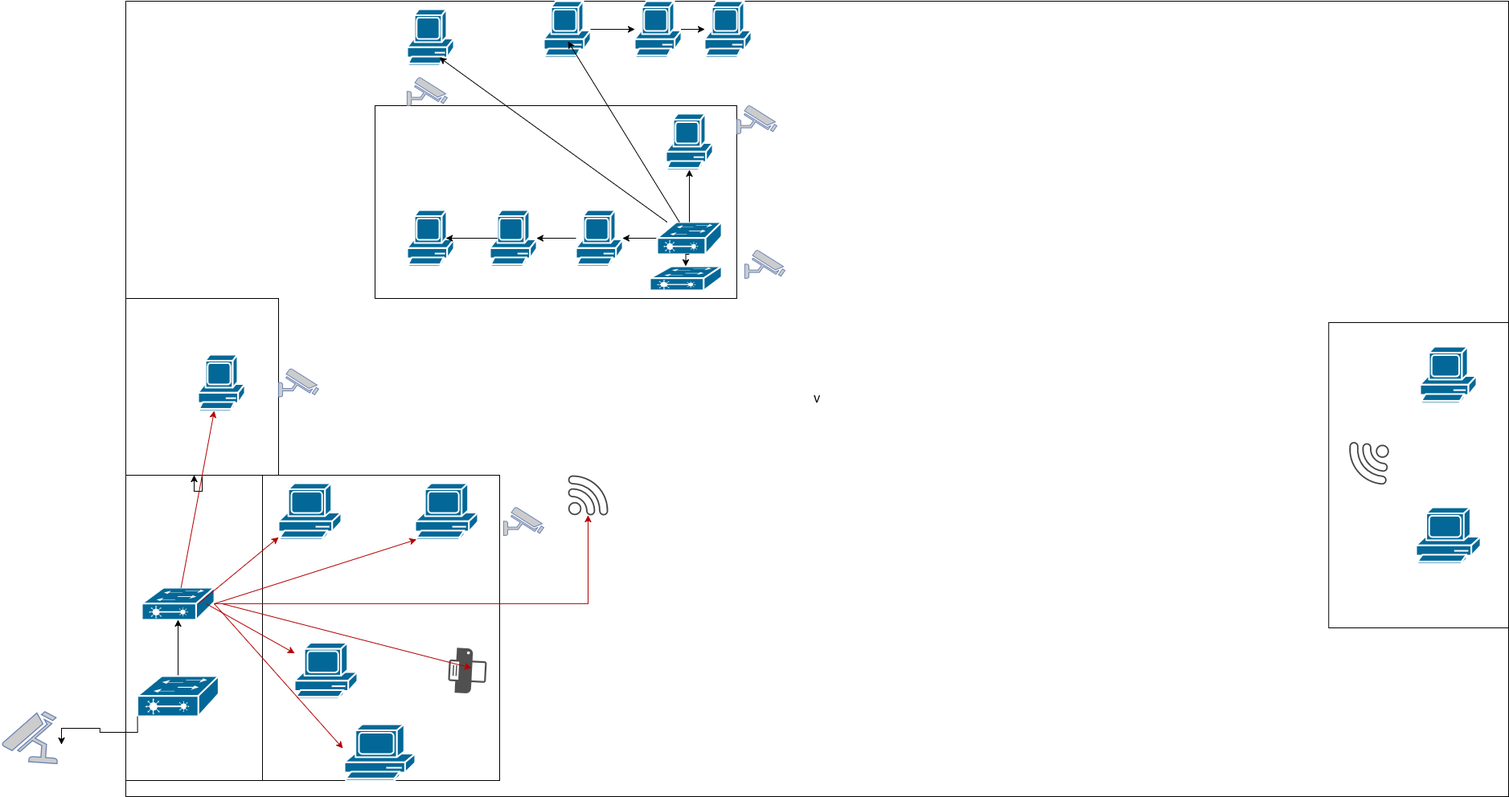
Before: mapa_de_rede(Fábrica).drawio.png, a diagram exported from draw.io (GabrielBuenoSathler/mapa-de-rede). Source tidied: cells renumbered, new cells last; positions are measured from the earlier drawing's top-left corner, leaving out a move shared by most shapes.
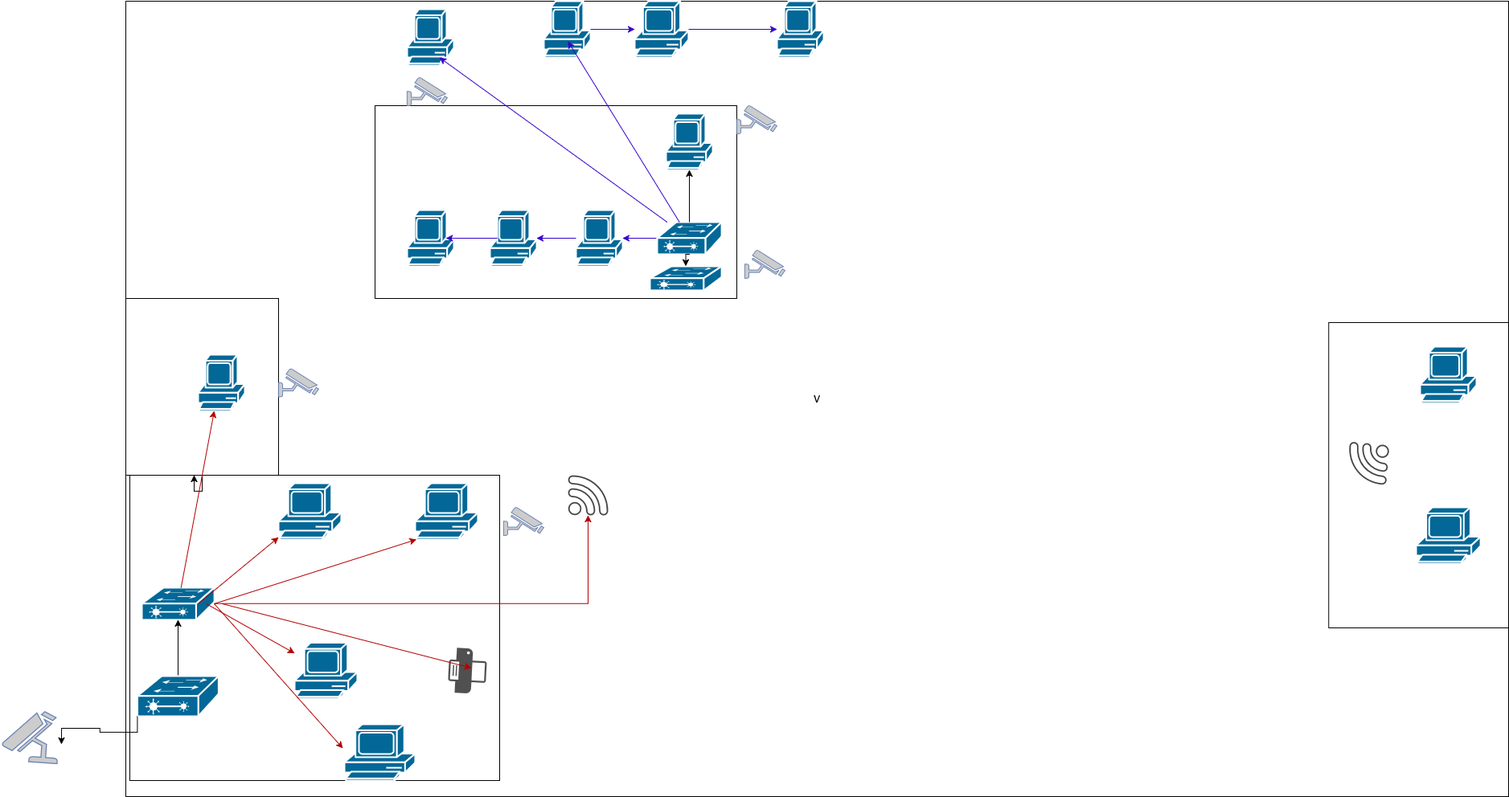
The same file after the commit.

What changed in the source:
```diff
@@ -8,9 +8,6 @@
     <mxCell id="3" style="rounded=0;whiteSpace=wrap;html=1;rotation=90;" parent="1" vertex="1">
       <mxGeometry x="195" y="550" width="380" height="460" as="geometry" />
     </mxCell>
-    <mxCell id="4" style="rounded=0;whiteSpace=wrap;html=1;" parent="1" vertex="1">
-      <mxGeometry x="150" y="590" width="170" height="380" as="geometry" />
-    </mxCell>
     <mxCell id="5" style="edgeStyle=orthogonalEdgeStyle;rounded=0;jettySize=auto;html=1;fillColor=#e51400;strokeColor=#B20000;" parent="1" edge="1" source="6" target="36">
       <mxGeometry relative="1" as="geometry" />
     </mxCell>
@@ -29,8 +26,10 @@
     <mxCell id="10" style="sketch=0;shadow=0;dashed=0;html=1;strokeColor=none;fillColor=#505050;labelPosition=center;verticalLabelPosition=bottom;verticalAlign=top;align=center;shape=mxgraph.office.devices.printer;rotation=93;" parent="1" vertex="1">
       <mxGeometry x="547" y="810" width="56" height="47" as="geometry" />
     </mxCell>
-    <mxCell id="11" style="edgeStyle=orthogonalEdgeStyle;rounded=0;jettySize=auto;html=1;" parent="1" edge="1" source="12" target="4">
-      <mxGeometry relative="1" as="geometry" />
+    <mxCell id="11" style="edgeStyle=orthogonalEdgeStyle;rounded=0;jettySize=auto;html=1;" parent="1" edge="1" source="12">
+      <mxGeometry relative="1" as="geometry">
+        <mxPoint x="235" y="590" as="targetPoint" />
+      </mxGeometry>
     </mxCell>
     <mxCell id="12" style="rounded=0;whiteSpace=wrap;html=1;" parent="1" vertex="1">
       <mxGeometry x="150" y="370" width="190" height="220" as="geometry" />
@@ -41,7 +40,7 @@
     <mxCell id="14" style="rounded=0;whiteSpace=wrap;html=1;" parent="1" vertex="1">
       <mxGeometry x="460" y="130" width="450" height="240" as="geometry" />
     </mxCell>
-    <mxCell id="15" style="edgeStyle=orthogonalEdgeStyle;rounded=0;jettySize=auto;html=1;" parent="1" edge="1" source="16" target="26">
+    <mxCell id="15" style="edgeStyle=orthogonalEdgeStyle;rounded=0;jettySize=auto;html=1;fillColor=#6a00ff;strokeColor=#3700CC;" parent="1" edge="1" source="16" target="26">
       <mxGeometry relative="1" as="geometry" />
     </mxCell>
     <mxCell id="16" style="sketch=0;html=1;dashed=0;fillColor=#036897;strokeColor=#ffffff;strokeWidth=2;verticalLabelPosition=bottom;verticalAlign=top;align=center;outlineConnect=0;shape=mxgraph.cisco.computers_and_peripherals.pc;" parent="1" vertex="1">
@@ -51,21 +50,21 @@
       <mxGeometry x="822" y="140" width="58" height="70" as="geometry" />
     </mxCell>
     <mxCell id="18" style="sketch=0;html=1;dashed=0;fillColor=#036897;strokeColor=#ffffff;strokeWidth=2;verticalLabelPosition=bottom;verticalAlign=top;align=center;outlineConnect=0;shape=mxgraph.cisco.computers_and_peripherals.pc;" parent="1" vertex="1">
-      <mxGeometry x="870" width="58" height="70" as="geometry" />
+      <mxGeometry x="960" width="58" height="70" as="geometry" />
     </mxCell>
-    <mxCell id="19" style="edgeStyle=orthogonalEdgeStyle;rounded=0;jettySize=auto;html=1;" parent="1" edge="1" source="20" target="18">
+    <mxCell id="19" style="edgeStyle=orthogonalEdgeStyle;rounded=0;jettySize=auto;html=1;fillColor=#6a00ff;strokeColor=#3700CC;" parent="1" edge="1" source="20" target="18">
       <mxGeometry relative="1" as="geometry" />
     </mxCell>
     <mxCell id="20" style="sketch=0;html=1;dashed=0;fillColor=#036897;strokeColor=#ffffff;strokeWidth=2;verticalLabelPosition=bottom;verticalAlign=top;align=center;outlineConnect=0;shape=mxgraph.cisco.computers_and_peripherals.pc;" parent="1" vertex="1">
-      <mxGeometry x="783" width="58" height="70" as="geometry" />
+      <mxGeometry x="783" width="67" height="70" as="geometry" />
     </mxCell>
-    <mxCell id="21" style="edgeStyle=orthogonalEdgeStyle;rounded=0;jettySize=auto;html=1;" parent="1" edge="1" source="22" target="20">
+    <mxCell id="21" style="edgeStyle=orthogonalEdgeStyle;rounded=0;jettySize=auto;html=1;fillColor=#6a00ff;strokeColor=#3700CC;" parent="1" edge="1" source="22" target="20">
       <mxGeometry relative="1" as="geometry" />
     </mxCell>
     <mxCell id="22" style="sketch=0;html=1;dashed=0;fillColor=#036897;strokeColor=#ffffff;strokeWidth=2;verticalLabelPosition=bottom;verticalAlign=top;align=center;outlineConnect=0;shape=mxgraph.cisco.computers_and_peripherals.pc;" parent="1" vertex="1">
       <mxGeometry x="670" width="58" height="70" as="geometry" />
     </mxCell>
-    <mxCell id="23" style="edgeStyle=orthogonalEdgeStyle;rounded=0;jettySize=auto;html=1;exitX=0;exitY=0.5;exitDx=0;exitDy=0;exitPerimeter=0;" parent="1" edge="1" source="24" target="16">
+    <mxCell id="23" style="edgeStyle=orthogonalEdgeStyle;rounded=0;jettySize=auto;html=1;exitX=0;exitY=0.5;exitDx=0;exitDy=0;exitPerimeter=0;fillColor=#6a00ff;strokeColor=#3700CC;" parent="1" edge="1" source="24" target="16">
       <mxGeometry relative="1" as="geometry" />
     </mxCell>
     <mxCell id="24" style="strokeColor=#ffffff;sketch=0;html=1;dashed=0;fillColor=#036897;strokeWidth=2;verticalLabelPosition=bottom;verticalAlign=top;align=center;outlineConnect=0;shape=mxgraph.cisco.switches.layer_2_remote_switch;" parent="1" vertex="1">
@@ -83,15 +82,15 @@
     <mxCell id="28" style="edgeStyle=orthogonalEdgeStyle;rounded=0;jettySize=auto;html=1;entryX=0.5;entryY=1;entryDx=0;entryDy=0;entryPerimeter=0;" parent="1" edge="1" source="24" target="17">
       <mxGeometry relative="1" as="geometry" />
     </mxCell>
-    <mxCell id="29" style="edgeStyle=orthogonalEdgeStyle;rounded=0;jettySize=auto;html=1;exitX=0.16;exitY=0.5;exitDx=0;exitDy=0;exitPerimeter=0;entryX=0.83;entryY=0.5;entryDx=0;entryDy=0;entryPerimeter=0;" parent="1" edge="1" source="26" target="27">
+    <mxCell id="29" style="edgeStyle=orthogonalEdgeStyle;rounded=0;jettySize=auto;html=1;exitX=0.16;exitY=0.5;exitDx=0;exitDy=0;exitPerimeter=0;entryX=0.83;entryY=0.5;entryDx=0;entryDy=0;entryPerimeter=0;fillColor=#6a00ff;strokeColor=#3700CC;" parent="1" edge="1" source="26" target="27">
       <mxGeometry relative="1" as="geometry" />
     </mxCell>
-    <mxCell id="30" style="endArrow=classic;html=1;rounded=0;" parent="1" edge="1" source="24">
+    <mxCell id="30" style="endArrow=classic;html=1;rounded=0;fillColor=#6a00ff;strokeColor=#3700CC;" parent="1" edge="1" source="24">
       <mxGeometry relative="1" as="geometry">
         <mxPoint x="540" y="70" as="targetPoint" />
       </mxGeometry>
     </mxCell>
-    <mxCell id="31" style="endArrow=classic;html=1;rounded=0;" parent="1" edge="1" source="24">
+    <mxCell id="31" style="endArrow=classic;html=1;rounded=0;fillColor=#6a00ff;strokeColor=#3700CC;" parent="1" edge="1" source="24">
       <mxGeometry relative="1" as="geometry">
         <mxPoint x="700" y="50" as="targetPoint" />
       </mxGeometry>
```
